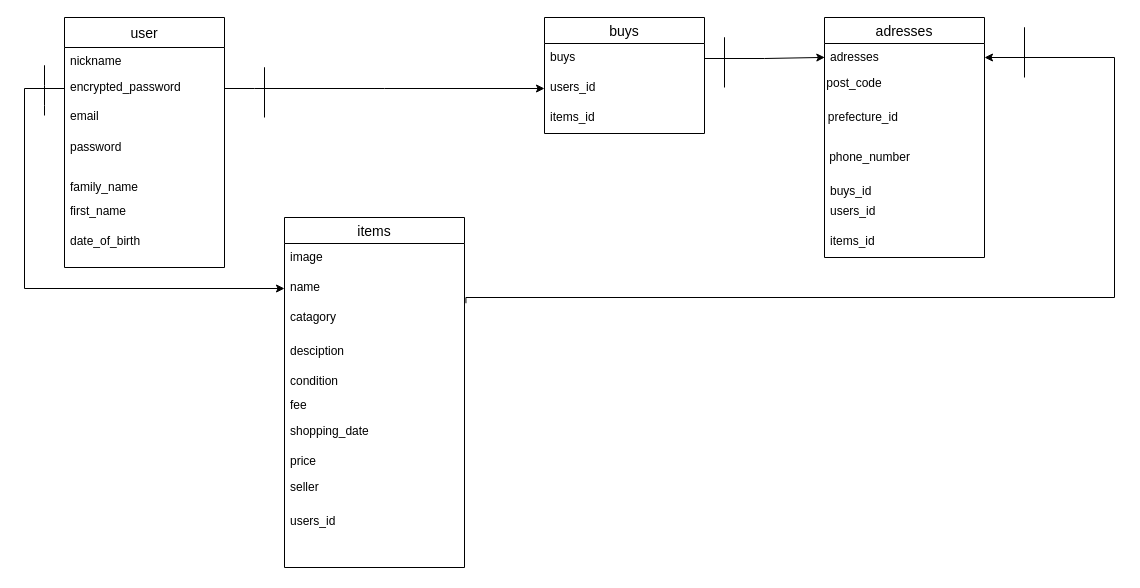
KINGKim2019/furima-29585 keeps this draw.io diagram as app/furima.dio. Above is the earlier version. Source tidied: cells renumbered, new cells numbered last; positions are measured from the earlier drawing's top-left corner, leaving out a move shared by most shapes. Both pictures are drawn from the tidied source at 100%, with x=0, y=0 at pixel (24, 17).
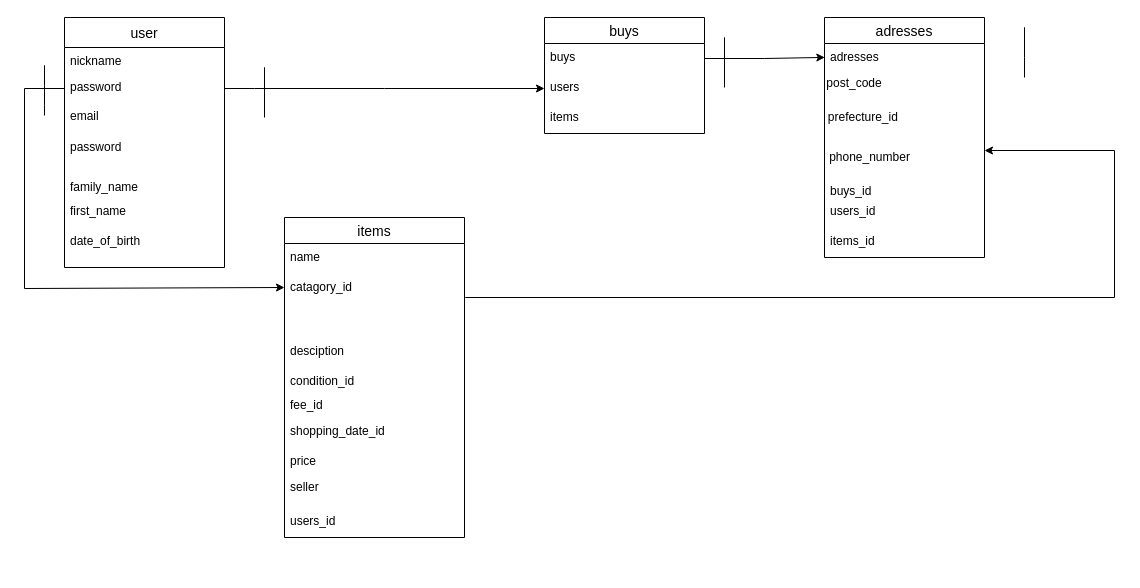
The same diagram, later.

Unchanged cells that the change refers to:
```xml
<mxCell id="2" value="buys" style="swimlane;fontStyle=0;horizontal=1;startSize=26;align=center;fontSize=14;" parent="1" vertex="1">
  <mxGeometry x="520" width="160" height="116" as="geometry" />
</mxCell>
<mxCell id="11" value="adresses" style="text;strokeColor=none;fillColor=none;spacingLeft=4;spacingRight=4;overflow=hidden;points=[[0,0.5],[1,0.5]];portConstraint=eastwest;fontSize=12;" parent="10" vertex="1">
  <mxGeometry y="26" width="160" height="214" as="geometry" />
</mxCell>
```

Change to the diagram source:
```diff
@@
-    <mxCell id="4" value="users_id" style="text;strokeColor=none;fillColor=none;spacingLeft=4;spacingRight=4;overflow=hidden;points=[[0,0.5],[1,0.5]];portConstraint=eastwest;fontSize=12;" parent="2" vertex="1">
+    <mxCell id="4" value="users" style="text;strokeColor=none;fillColor=none;spacingLeft=4;spacingRight=4;overflow=hidden;points=[[0,0.5],[1,0.5]];portConstraint=eastwest;fontSize=12;" parent="2" vertex="1">
       <mxGeometry y="56" width="160" height="30" as="geometry" />
     </mxCell>
-    <mxCell id="5" value="items_id&#10;" style="text;strokeColor=none;fillColor=none;spacingLeft=4;spacingRight=4;overflow=hidden;fontSize=12;" parent="2" vertex="1">
+    <mxCell id="5" value="items&#10;" style="text;strokeColor=none;fillColor=none;spacingLeft=4;spacingRight=4;overflow=hidden;fontSize=12;" parent="2" vertex="1">
       <mxGeometry y="86" width="160" height="30" as="geometry" />
     </mxCell>
     <mxCell id="6" value="items" style="swimlane;fontStyle=0;horizontal=1;startSize=26;align=center;fontSize=14;" parent="1" vertex="1">
-      <mxGeometry x="260" y="200" width="180" height="350" as="geometry" />
+      <mxGeometry x="260" y="200" width="180" height="320" as="geometry" />
     </mxCell>
-    <mxCell id="7" value="image" style="text;strokeColor=none;fillColor=none;spacingLeft=4;spacingRight=4;overflow=hidden;fontSize=12;" parent="6" vertex="1">
-      <mxGeometry y="26" width="180" height="30" as="geometry" />
-    </mxCell>
     <mxCell id="8" value="name" style="text;strokeColor=none;fillColor=none;spacingLeft=4;spacingRight=4;overflow=hidden;points=[[0,0.5],[1,0.5]];portConstraint=eastwest;fontSize=12;" parent="6" vertex="1">
-      <mxGeometry y="56" width="180" height="30" as="geometry" />
+      <mxGeometry y="26" width="180" height="30" as="geometry" />
     </mxCell>
-    <mxCell id="9" value="catagory&#10;" style="text;strokeColor=none;fillColor=none;spacingLeft=4;spacingRight=4;overflow=hidden;points=[[0,0.5],[1,0.5]];portConstraint=eastwest;fontSize=12;" parent="6" vertex="1">
-      <mxGeometry y="86" width="180" height="264" as="geometry" />
+    <mxCell id="9" value="catagory_id&#10;" style="text;strokeColor=none;fillColor=none;spacingLeft=4;spacingRight=4;overflow=hidden;points=[[0,0.5],[1,0.5]];portConstraint=eastwest;fontSize=12;" parent="6" vertex="1">
+      <mxGeometry y="56" width="180" height="264" as="geometry" />
     </mxCell>
@@
-    <mxCell id="13" style="edgeStyle=none;rounded=0;jettySize=auto;html=1;entryX=0;entryY=0.5;entryDx=0;entryDy=0;" parent="1" edge="1" target="8">
+    <mxCell id="13" style="edgeStyle=none;rounded=0;orthogonalLoop=1;jettySize=auto;html=1;" parent="1" edge="1">
       <mxGeometry relative="1" as="geometry">
         <mxPoint x="40" y="71" as="sourcePoint" />
+        <mxPoint x="260" y="270" as="targetPoint" />
         <Array as="points">
           <mxPoint y="71" />
           <mxPoint y="271" />
         </Array>
       </mxGeometry>
     </mxCell>
@@
-    <mxCell id="27" style="edgeStyle=orthogonalEdgeStyle;rounded=0;jettySize=auto;html=1;exitX=1.008;exitY=-0.001;exitDx=0;exitDy=0;exitPerimeter=0;" parent="1" edge="1" source="9" target="11">
+    <mxCell id="27" style="edgeStyle=orthogonalEdgeStyle;rounded=0;jettySize=auto;html=1;" parent="1" edge="1" target="11">
       <mxGeometry relative="1" as="geometry">
+        <mxPoint x="510" y="280" as="sourcePoint" />
         <Array as="points">
           <mxPoint x="441" y="280" />
           <mxPoint x="1090" y="280" />
           <mxPoint x="1090" y="40" />
         </Array>
       </mxGeometry>
     </mxCell>
@@
-    <mxCell id="30" value="encrypted_password" style="text;strokeColor=none;fillColor=none;spacingLeft=4;spacingRight=4;overflow=hidden;fontSize=12;" parent="1" vertex="1">
+    <mxCell id="30" value="password" style="text;strokeColor=none;fillColor=none;spacingLeft=4;spacingRight=4;overflow=hidden;fontSize=12;" parent="1" vertex="1">
       <mxGeometry x="40" y="56" width="120" height="24" as="geometry" />
     </mxCell>
@@
-    <mxCell id="37" value="fee" style="text;strokeColor=none;fillColor=none;spacingLeft=4;spacingRight=4;overflow=hidden;fontSize=12;" parent="1" vertex="1">
+    <mxCell id="37" value="fee_id" style="text;strokeColor=none;fillColor=none;spacingLeft=4;spacingRight=4;overflow=hidden;fontSize=12;" parent="1" vertex="1">
       <mxGeometry x="260" y="373.5" width="170" height="30" as="geometry" />
     </mxCell>
-    <mxCell id="38" value="condition" style="text;strokeColor=none;fillColor=none;spacingLeft=4;spacingRight=4;overflow=hidden;fontSize=12;" parent="1" vertex="1">
-      <mxGeometry x="260" y="350" width="180" height="40" as="geometry" />
+    <mxCell id="38" value="condition_id" style="text;strokeColor=none;fillColor=none;spacingLeft=4;spacingRight=4;overflow=hidden;fontSize=12;" parent="1" vertex="1">
+      <mxGeometry x="260" y="350" width="180" height="20" as="geometry" />
     </mxCell>
@@
-    <mxCell id="40" value="shopping_date" style="text;strokeColor=none;fillColor=none;spacingLeft=4;spacingRight=4;overflow=hidden;fontSize=12;" parent="1" vertex="1">
-      <mxGeometry x="260" y="400" width="100" height="30" as="geometry" />
+    <mxCell id="40" value="shopping_date_id" style="text;strokeColor=none;fillColor=none;spacingLeft=4;spacingRight=4;overflow=hidden;fontSize=12;" parent="1" vertex="1">
+      <mxGeometry x="260" y="400" width="110" height="30" as="geometry" />
     </mxCell>
```
